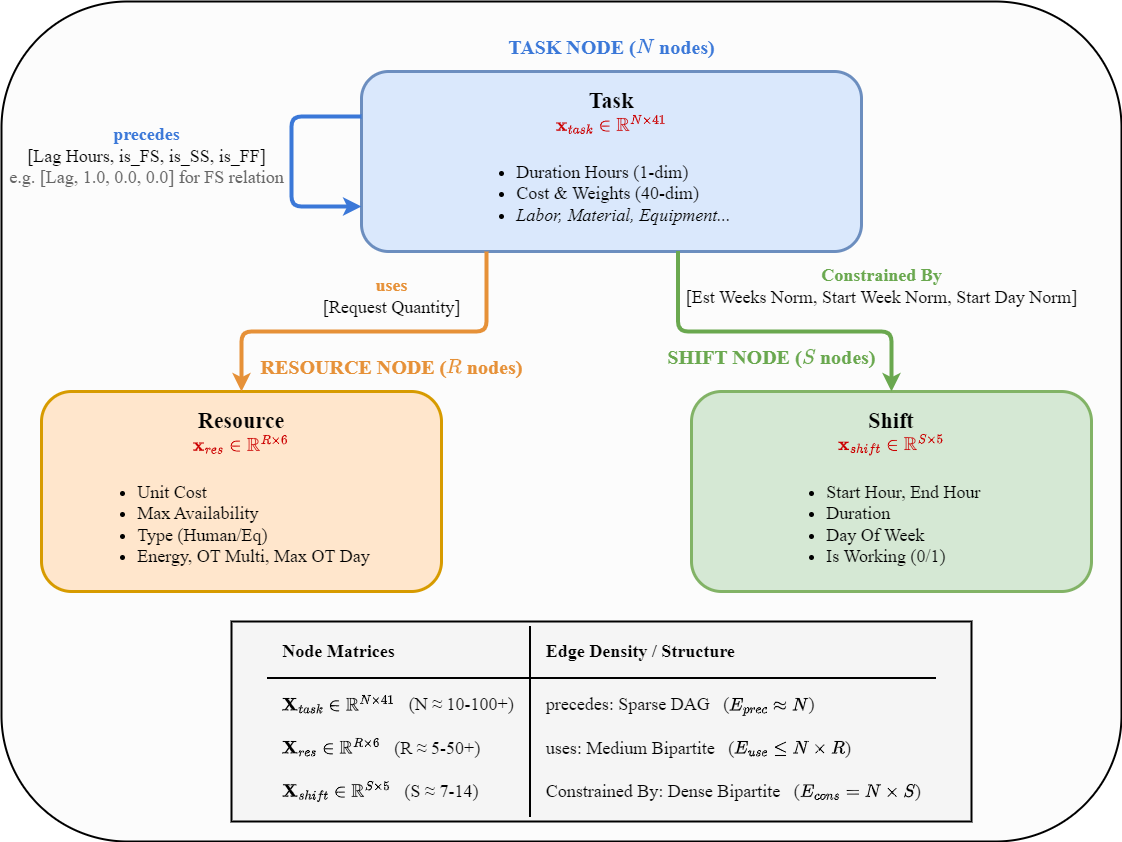
ntduyit2023/Logistics-Project-Progress-Cost-Management keeps this draw.io diagram as docs/baocao2/image/fig3_heterograph_structure.drawio.png. Above is the earlier version. Source tidied: cells renumbered, new cells last; positions are measured from the earlier drawing's top-left corner, leaving out a move shared by most shapes.
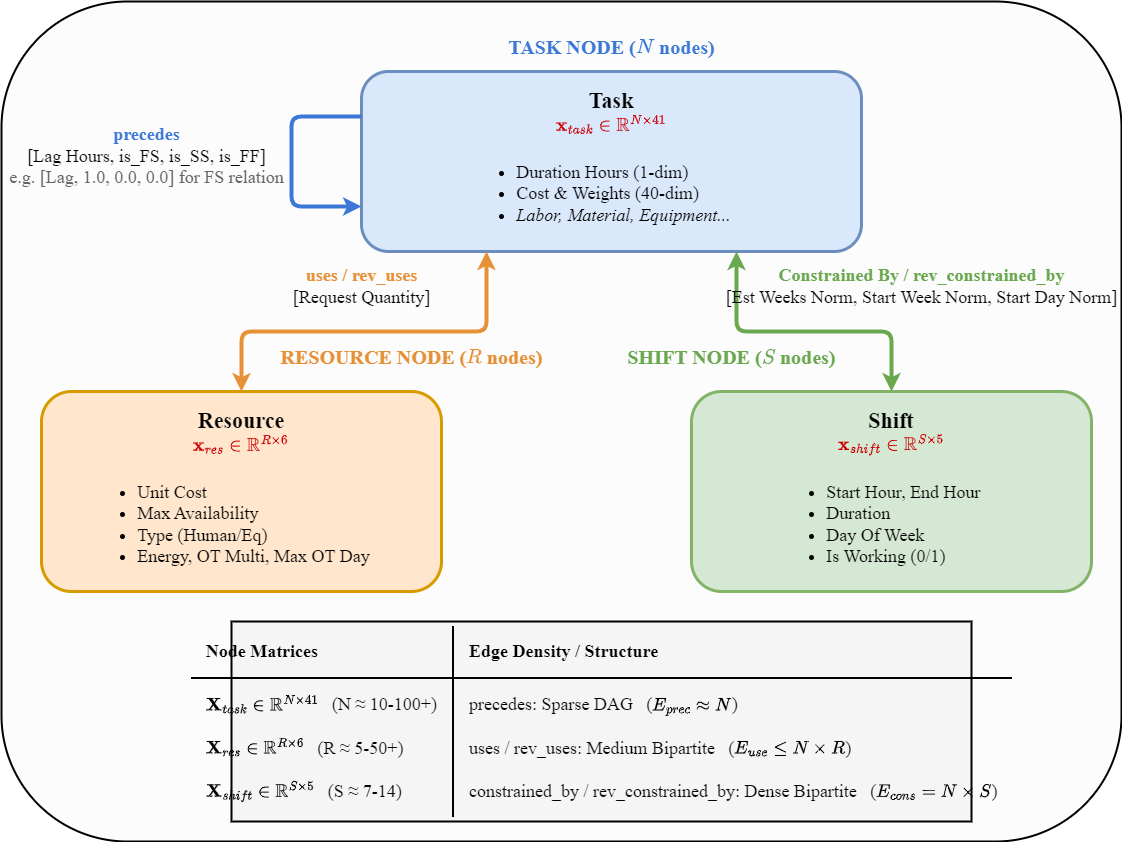
The same diagram one commit later.

What changed in the source:
```diff
@@ -23,12 +23,12 @@
       <mxGeometry x="20" y="120" width="250" height="70" as="geometry" />
     </mxCell>
     <mxCell id="7" value="&lt;b style=&quot;color: rgb(230, 145, 56);&quot;&gt;RESOURCE NODE (\(R\) nodes)&lt;/b&gt;" style="text;html=1;align=center;verticalAlign=middle;fontFamily=Times New Roman;fontSize=20;" parent="1" vertex="1">
-      <mxGeometry x="240" y="350" width="300" height="30" as="geometry" />
+      <mxGeometry x="260" y="340" width="300" height="30" as="geometry" />
     </mxCell>
     <mxCell id="8" value="&lt;b&gt;&lt;font style=&quot;font-size: 22px;&quot;&gt;Resource&lt;/font&gt;&lt;/b&gt;&lt;br&gt;&lt;b style=&quot;color: rgb(204, 0, 0);&quot;&gt;\(\mathbf{x}_{res} \in \mathbb{R}^{R \times 6}\)&lt;/b&gt;&lt;br&gt;&lt;br&gt;&lt;ul style=&quot;text-align: left; margin: 4px 0px; padding-left: 25px;&quot;&gt;&lt;li&gt;Unit Cost&lt;/li&gt;&lt;li&gt;Max Availability&lt;/li&gt;&lt;li&gt;Type (Human/Eq)&lt;/li&gt;&lt;li&gt;Energy, OT Multi, Max OT Day&lt;/li&gt;&lt;/ul&gt;" style="rounded=1;whiteSpace=wrap;html=1;fillColor=#ffe6cc;strokeColor=#d79b00;strokeWidth=3;fontFamily=Times New Roman;align=center;verticalAlign=top;spacingTop=10;fontSize=18;" parent="1" vertex="1">
       <mxGeometry x="40" y="390" width="400" height="200" as="geometry" />
     </mxCell>
-    <mxCell id="9" style="edgeStyle=orthogonalEdgeStyle;rounded=1;html=1;strokeColor=#e69138;strokeWidth=4;endArrow=classic;exitX=0.25;exitY=1;exitDx=0;exitDy=0;entryX=0.5;entryY=0;entryDx=0;entryDy=0;fontSize=18;fontFamily=Times New Roman;" parent="1" edge="1" source="4" target="8">
+    <mxCell id="9" style="edgeStyle=orthogonalEdgeStyle;rounded=1;html=1;strokeColor=#e69138;strokeWidth=4;startArrow=classic;endArrow=classic;exitX=0.25;exitY=1;exitDx=0;exitDy=0;entryX=0.5;entryY=0;entryDx=0;entryDy=0;fontSize=18;fontFamily=Times New Roman;" parent="1" edge="1" source="4" target="8">
       <mxGeometry relative="1" as="geometry">
         <Array as="points">
           <mxPoint x="485" y="330" />
@@ -36,25 +36,25 @@
         </Array>
       </mxGeometry>
     </mxCell>
-    <mxCell id="10" value="&lt;b style=&quot;color: rgb(230, 145, 56);&quot;&gt;uses&lt;/b&gt;&lt;br&gt;&lt;span&gt;[Request Quantity]&lt;/span&gt;" style="text;html=1;align=center;verticalAlign=middle;fontFamily=Times New Roman;fontSize=18;" parent="1" vertex="1">
-      <mxGeometry x="300" y="270" width="180" height="50" as="geometry" />
+    <mxCell id="10" value="&lt;b style=&quot;color: rgb(230, 145, 56);&quot;&gt;uses / rev_uses&lt;/b&gt;&lt;br&gt;&lt;span&gt;[Request Quantity]&lt;/span&gt;" style="text;html=1;align=center;verticalAlign=middle;fontFamily=Times New Roman;fontSize=18;" parent="1" vertex="1">
+      <mxGeometry x="250" y="260" width="220" height="50" as="geometry" />
     </mxCell>
     <mxCell id="11" value="&lt;b style=&quot;color: rgb(106, 168, 79);&quot;&gt;SHIFT NODE (\(S\) nodes)&lt;/b&gt;" style="text;html=1;align=center;verticalAlign=middle;fontFamily=Times New Roman;fontSize=20;" parent="1" vertex="1">
-      <mxGeometry x="620" y="340" width="300" height="30" as="geometry" />
+      <mxGeometry x="580" y="340" width="300" height="30" as="geometry" />
     </mxCell>
     <mxCell id="12" value="&lt;font style=&quot;font-size: 22px;&quot;&gt;&lt;b style=&quot;&quot;&gt;Shift&lt;/b&gt;&lt;br&gt;&lt;/font&gt;&lt;b style=&quot;color: rgb(204, 0, 0);&quot;&gt;\(\mathbf{x}_{shift} \in \mathbb{R}^{S \times 5}\)&lt;/b&gt;&lt;br&gt;&lt;br&gt;&lt;ul style=&quot;text-align: left; margin: 4px 0px; padding-left: 25px;&quot;&gt;&lt;li&gt;Start Hour, End Hour&lt;/li&gt;&lt;li&gt;Duration&lt;/li&gt;&lt;li&gt;Day Of Week&lt;/li&gt;&lt;li&gt;Is Working (0/1)&lt;/li&gt;&lt;/ul&gt;" style="rounded=1;whiteSpace=wrap;html=1;fillColor=#d5e8d4;strokeColor=#82b366;strokeWidth=3;fontFamily=Times New Roman;align=center;verticalAlign=top;spacingTop=10;fontSize=18;" parent="1" vertex="1">
       <mxGeometry x="690" y="390" width="400" height="200" as="geometry" />
     </mxCell>
-    <mxCell id="13" style="edgeStyle=orthogonalEdgeStyle;rounded=1;html=1;strokeColor=#6aa84f;strokeWidth=4;endArrow=classic;exitX=0.633;exitY=0.997;exitDx=0;exitDy=0;entryX=0.5;entryY=0;entryDx=0;entryDy=0;exitPerimeter=0;fontSize=18;fontFamily=Times New Roman;" parent="1" edge="1" source="4" target="12">
+    <mxCell id="13" style="edgeStyle=orthogonalEdgeStyle;rounded=1;html=1;strokeColor=#6aa84f;strokeWidth=4;startArrow=classic;endArrow=classic;exitX=0.75;exitY=1;exitDx=0;exitDy=0;entryX=0.5;entryY=0;entryDx=0;entryDy=0;fontSize=18;fontFamily=Times New Roman;" parent="1" edge="1" source="4" target="12">
       <mxGeometry relative="1" as="geometry">
         <Array as="points">
-          <mxPoint x="677" y="330" />
+          <mxPoint x="735" y="330" />
           <mxPoint x="890" y="330" />
         </Array>
       </mxGeometry>
     </mxCell>
-    <mxCell id="14" value="&lt;b style=&quot;color: rgb(106, 168, 79);&quot;&gt;Constrained By&lt;/b&gt;&lt;br&gt;&lt;span&gt;[Est Weeks Norm, Start Week Norm, Start Day Norm]&lt;/span&gt;" style="text;html=1;align=center;verticalAlign=middle;fontFamily=Times New Roman;fontSize=18;" parent="1" vertex="1">
-      <mxGeometry x="690" y="260" width="380" height="50" as="geometry" />
+    <mxCell id="14" value="&lt;b style=&quot;color: rgb(106, 168, 79);&quot;&gt;Constrained By / rev_constrained_by&lt;/b&gt;&lt;br&gt;&lt;span&gt;[Est Weeks Norm, Start Week Norm, Start Day Norm]&lt;/span&gt;" style="text;html=1;align=center;verticalAlign=middle;fontFamily=Times New Roman;fontSize=18;" parent="1" vertex="1">
+      <mxGeometry x="730" y="260" width="380" height="50" as="geometry" />
     </mxCell>
     <mxCell id="15" style="group;" parent="1" vertex="1">
       <mxGeometry x="230" y="620" width="740" height="200" as="geometry" />
@@ -62,7 +62,7 @@
     <mxCell id="16" style="rounded=0;whiteSpace=wrap;html=1;fillColor=#f5f5f5;strokeColor=#000000;strokeWidth=2;fontSize=18;fontFamily=Times New Roman;" parent="15" vertex="1">
       <mxGeometry width="740" height="200" as="geometry" />
     </mxCell>
-    <mxCell id="17" value="&lt;table style=&quot;text-align: left; border-collapse: collapse;&quot; width=&quot;100%&quot;&gt;&lt;tbody&gt;&lt;tr style=&quot;border-bottom: 2px solid #000;&quot;&gt;&lt;th style=&quot;padding: 15px; width: 45%; border-right: 2px solid #000;&quot;&gt;&lt;b&gt;Node Matrices&lt;/b&gt;&lt;/th&gt;&lt;th style=&quot;padding: 15px; width: 55%;&quot;&gt;&lt;b&gt;Edge Density / Structure&lt;/b&gt;&lt;/th&gt;&lt;/tr&gt;&lt;tr&gt;&lt;td style=&quot;padding: 15px; border-right: 2px solid #000; white-space: nowrap;&quot;&gt;\(\mathbf{X}_{task} \in \mathbb{R}^{N \times 41}\) &amp;nbsp; (N ≈ 10-100+)&lt;br&gt;&lt;br&gt;\(\mathbf{X}_{res} \in \mathbb{R}^{R \times 6}\) &amp;nbsp; (R ≈ 5-50+)&lt;br&gt;&lt;br&gt;\(\mathbf{X}_{shift} \in \mathbb{R}^{S \times 5}\) &amp;nbsp; (S ≈ 7-14)&lt;/td&gt;&lt;td style=&quot;padding: 15px; white-space: nowrap;&quot;&gt;precedes: Sparse DAG &amp;nbsp; (\(E_{prec} \approx N\))&lt;br&gt;&lt;br&gt;uses: Medium Bipartite &amp;nbsp; (\(E_{use} \leq N \times R\))&lt;br&gt;&lt;br&gt;Constrained By: Dense Bipartite &amp;nbsp; (\(E_{cons} = N \times S\))&lt;/td&gt;&lt;/tr&gt;&lt;/tbody&gt;&lt;/table&gt;" style="text;html=1;align=center;verticalAlign=middle;fontFamily=Times New Roman;fontSize=18;" parent="15" vertex="1">
+    <mxCell id="17" value="&lt;table style=&quot;text-align: left; border-collapse: collapse;&quot; width=&quot;100%&quot;&gt;&lt;tbody&gt;&lt;tr style=&quot;border-bottom: 2px solid #000;&quot;&gt;&lt;th style=&quot;padding: 15px; width: 45%; border-right: 2px solid #000;&quot;&gt;&lt;b&gt;Node Matrices&lt;/b&gt;&lt;/th&gt;&lt;th style=&quot;padding: 15px; width: 55%;&quot;&gt;&lt;b&gt;Edge Density / Structure&lt;/b&gt;&lt;/th&gt;&lt;/tr&gt;&lt;tr&gt;&lt;td style=&quot;padding: 15px; border-right: 2px solid #000; white-space: nowrap;&quot;&gt;\(\mathbf{X}_{task} \in \mathbb{R}^{N \times 41}\) &amp;nbsp; (N ≈ 10-100+)&lt;br&gt;&lt;br&gt;\(\mathbf{X}_{res} \in \mathbb{R}^{R \times 6}\) &amp;nbsp; (R ≈ 5-50+)&lt;br&gt;&lt;br&gt;\(\mathbf{X}_{shift} \in \mathbb{R}^{S \times 5}\) &amp;nbsp; (S ≈ 7-14)&lt;/td&gt;&lt;td style=&quot;padding: 15px; white-space: nowrap;&quot;&gt;precedes: Sparse DAG &amp;nbsp; (\(E_{prec} \approx N\))&lt;br&gt;&lt;br&gt;uses / rev_uses: Medium Bipartite &amp;nbsp; (\(E_{use} \leq N \times R\))&lt;br&gt;&lt;br&gt;constrained_by / rev_constrained_by: Dense Bipartite &amp;nbsp; (\(E_{cons} = N \times S\))&lt;/td&gt;&lt;/tr&gt;&lt;/tbody&gt;&lt;/table&gt;" style="text;html=1;align=center;verticalAlign=middle;fontFamily=Times New Roman;fontSize=18;" parent="15" vertex="1">
       <mxGeometry width="740" height="200" as="geometry" />
     </mxCell>
   </root>
```
